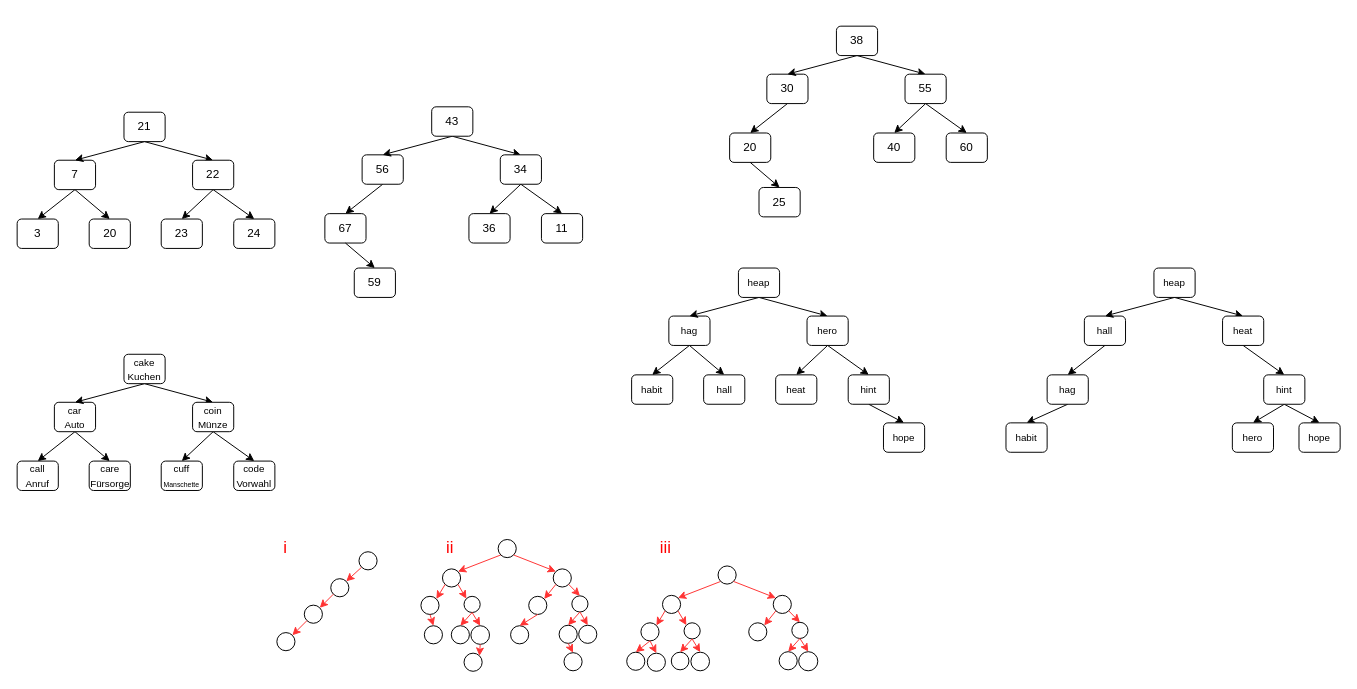
Before: page "Aufgaben Blatt 2" (15 of 17) of Baum.drawio in JoernWVSG/diagram, a draw.io diagram. Source tidied: cells renumbered, new cells numbered last; positions are measured from the earlier drawing's top-left corner, leaving out a move shared by most shapes. Both pictures are drawn from the tidied source at 98%, with x=0, y=0 at pixel (17, 25).
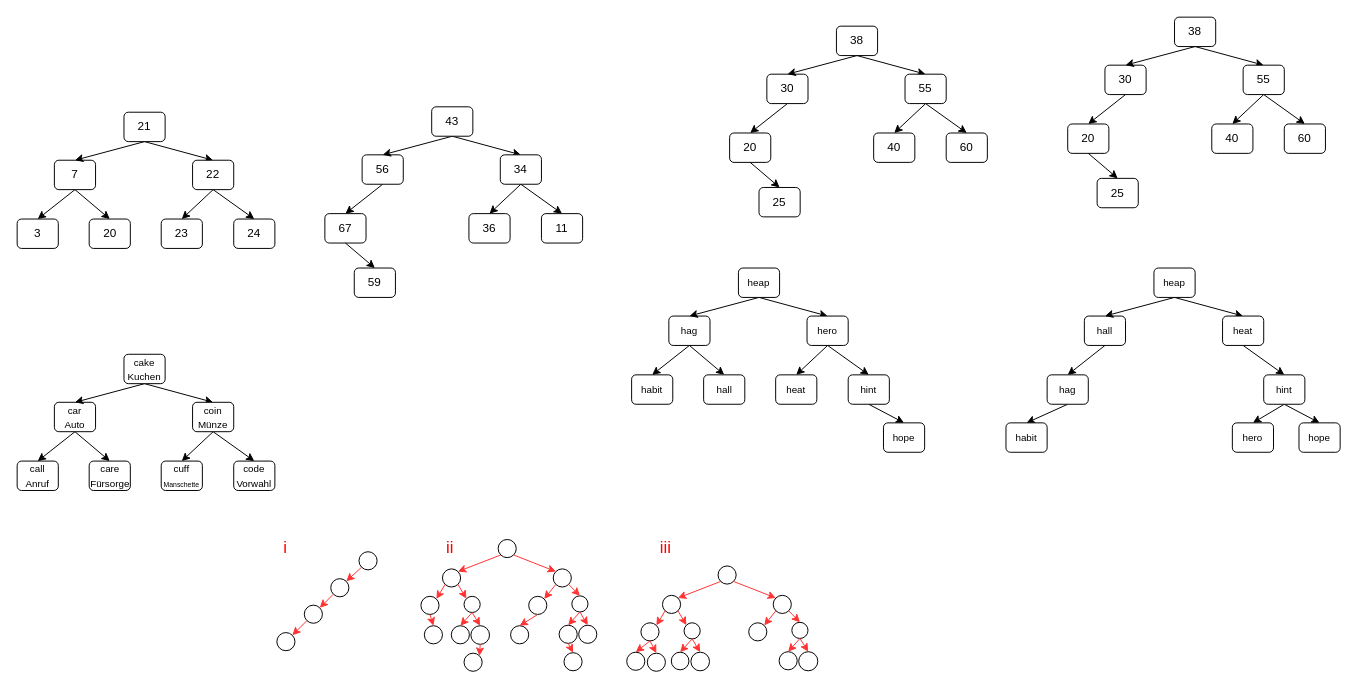
The same diagram, later.

The edit, as a diff of the source:
```diff
@@
+    <mxCell id="149" value="20" style="rounded=1;whiteSpace=wrap;html=1;" parent="1" vertex="1">
+      <mxGeometry x="1072" y="100" width="42" height="30" as="geometry" />
+    </mxCell>
+    <mxCell id="150" style="edgeStyle=none;rounded=0;jettySize=auto;html=1;exitX=0.5;exitY=1;exitDx=0;exitDy=0;entryX=0.5;entryY=0;entryDx=0;entryDy=0;" parent="1" edge="1" source="152" target="149">
+      <mxGeometry relative="1" as="geometry" />
+    </mxCell>
+    <mxCell id="151" style="edgeStyle=none;rounded=0;jettySize=auto;html=1;exitX=0.5;exitY=1;exitDx=0;exitDy=0;entryX=0.5;entryY=0;entryDx=0;entryDy=0;" parent="1" edge="1" source="149" target="153">
+      <mxGeometry relative="1" as="geometry" />
+    </mxCell>
+    <mxCell id="152" value="30" style="rounded=1;whiteSpace=wrap;html=1;" parent="1" vertex="1">
+      <mxGeometry x="1110" y="40" width="42" height="30" as="geometry" />
+    </mxCell>
+    <mxCell id="153" value="25" style="rounded=1;whiteSpace=wrap;html=1;" parent="1" vertex="1">
+      <mxGeometry x="1102" y="155.5" width="42" height="30" as="geometry" />
+    </mxCell>
+    <mxCell id="154" style="rounded=0;jettySize=auto;html=1;exitX=0.5;exitY=1;exitDx=0;exitDy=0;entryX=0.5;entryY=0;entryDx=0;entryDy=0;" parent="1" edge="1" source="156" target="152">
+      <mxGeometry relative="1" as="geometry" />
+    </mxCell>
+    <mxCell id="155" style="edgeStyle=none;rounded=0;jettySize=auto;html=1;exitX=0.5;exitY=1;exitDx=0;exitDy=0;entryX=0.5;entryY=0;entryDx=0;entryDy=0;" parent="1" edge="1" source="156" target="160">
+      <mxGeometry relative="1" as="geometry" />
+    </mxCell>
+    <mxCell id="156" value="38" style="rounded=1;whiteSpace=wrap;html=1;" parent="1" vertex="1">
+      <mxGeometry x="1181" y="-9" width="42" height="30" as="geometry" />
+    </mxCell>
+    <mxCell id="157" value="40" style="rounded=1;whiteSpace=wrap;html=1;" parent="1" vertex="1">
+      <mxGeometry x="1219" y="100" width="42" height="30" as="geometry" />
+    </mxCell>
+    <mxCell id="158" style="edgeStyle=none;rounded=0;jettySize=auto;html=1;exitX=0.5;exitY=1;exitDx=0;exitDy=0;entryX=0.5;entryY=0;entryDx=0;entryDy=0;" parent="1" edge="1" source="160" target="161">
+      <mxGeometry relative="1" as="geometry" />
+    </mxCell>
+    <mxCell id="159" style="edgeStyle=none;rounded=0;jettySize=auto;html=1;exitX=0.5;exitY=1;exitDx=0;exitDy=0;entryX=0.5;entryY=0;entryDx=0;entryDy=0;" parent="1" edge="1" source="160" target="157">
+      <mxGeometry relative="1" as="geometry" />
+    </mxCell>
+    <mxCell id="160" value="55" style="rounded=1;whiteSpace=wrap;html=1;" parent="1" vertex="1">
+      <mxGeometry x="1251" y="40" width="42" height="30" as="geometry" />
+    </mxCell>
+    <mxCell id="161" value="60" style="rounded=1;whiteSpace=wrap;html=1;" parent="1" vertex="1">
+      <mxGeometry x="1293" y="100" width="42" height="30" as="geometry" />
+    </mxCell>
```
